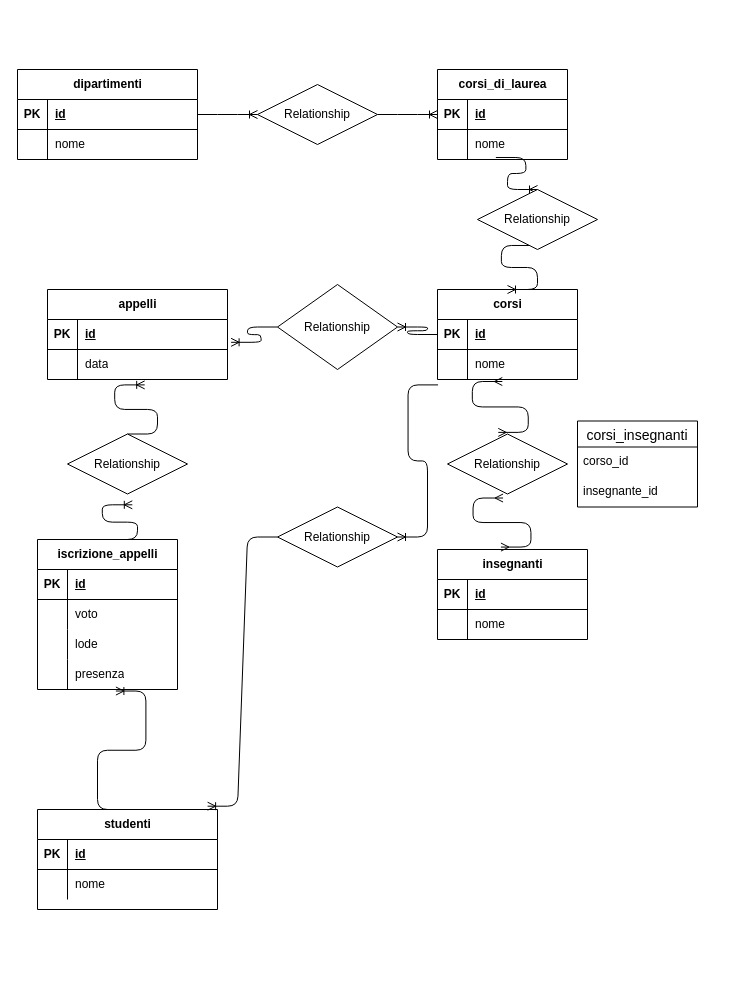
stefanobellomo/db-univerity keeps this draw.io diagram as schema.drawio. Above is the earlier version. Source tidied: cells renumbered, new cells numbered last; positions are measured from the earlier drawing's top-left corner, leaving out a move shared by most shapes. Both pictures are drawn from the tidied source at 100%, with x=0, y=0 at pixel (17, 69).
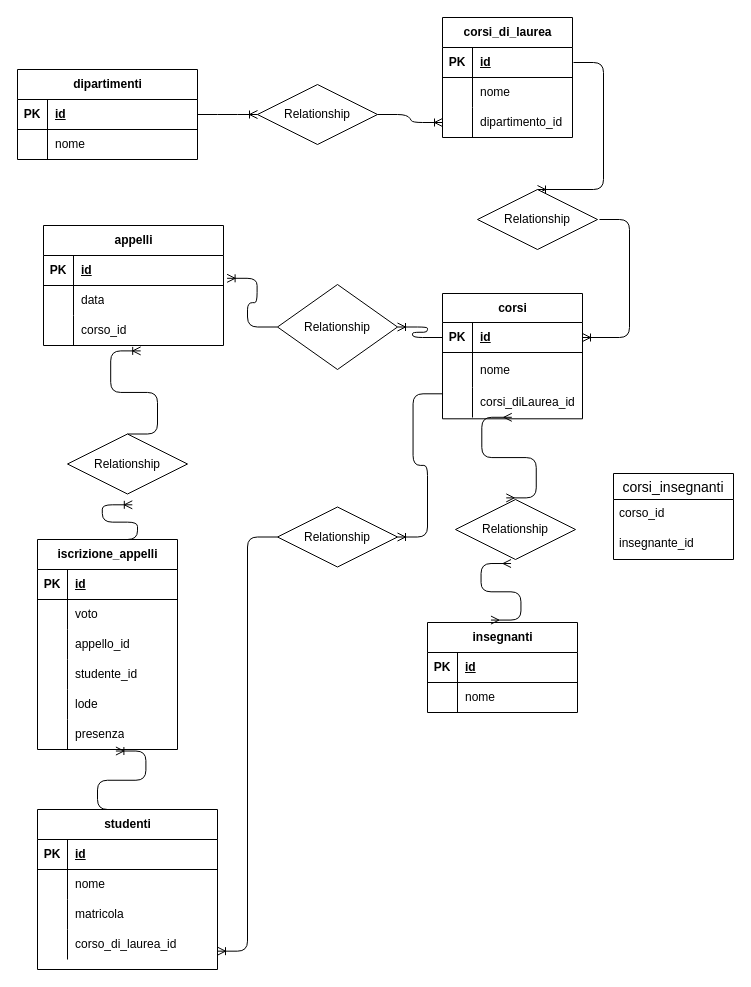
After the change.

Unchanged cells that the change refers to:
```xml
<mxCell id="10" style="shape=tableRow;horizontal=0;startSize=0;swimlaneHead=0;swimlaneBody=0;fillColor=none;points=[[0,0.5],[1,0.5]];portConstraint=eastwest;top=0;left=0;right=0;bottom=1;" parent="9" vertex="1">
  <mxGeometry y="30" width="130" height="30" as="geometry" />
</mxCell>
<mxCell id="13" style="shape=tableRow;horizontal=0;startSize=0;swimlaneHead=0;swimlaneBody=0;fillColor=none;points=[[0,0.5],[1,0.5]];portConstraint=eastwest;top=0;left=0;right=0;bottom=0;" parent="9" vertex="1">
  <mxGeometry y="60" width="130" height="30" as="geometry" />
</mxCell>
<mxCell id="53" value="Relationship" style="shape=rhombus;perimeter=rhombusPerimeter;whiteSpace=wrap;html=1;align=center;" parent="1" vertex="1">
  <mxGeometry x="240" y="15" width="120" height="60" as="geometry" />
</mxCell>
<mxCell id="56" value="Relationship" style="shape=rhombus;perimeter=rhombusPerimeter;whiteSpace=wrap;html=1;align=center;" parent="1" vertex="1">
  <mxGeometry x="460" y="120" width="120" height="60" as="geometry" />
</mxCell>
<mxCell id="79" value="Relationship" style="shape=rhombus;perimeter=rhombusPerimeter;whiteSpace=wrap;html=1;align=center;" parent="1" vertex="1">
  <mxGeometry x="260" y="437.5" width="120" height="60" as="geometry" />
</mxCell>
```

Diff of the diagram source:
```diff
@@
     <mxCell id="9" value="corsi_di_laurea" style="shape=table;startSize=30;childLayout=tableLayout;rowLines=0;fontStyle=1;align=center;html=1;" parent="1" vertex="1">
-      <mxGeometry x="420" width="130" height="90" as="geometry" />
+      <mxGeometry x="425" y="-52" width="130" height="120" as="geometry" />
     </mxCell>
@@
+    <mxCell id="80" style="shape=tableRow;horizontal=0;startSize=0;swimlaneHead=0;swimlaneBody=0;fillColor=none;points=[[0,0.5],[1,0.5]];portConstraint=eastwest;top=0;left=0;right=0;bottom=0;" parent="9" vertex="1">
+      <mxGeometry y="90" width="130" height="30" as="geometry" />
+    </mxCell>
+    <mxCell id="81" style="shape=partialRectangle;fillColor=none;top=0;left=0;bottom=0;right=0;overflow=hidden;whiteSpace=wrap;html=1;" parent="80" vertex="1">
+      <mxGeometry width="30" height="30" as="geometry" />
+    </mxCell>
+    <mxCell id="82" value="dipartimento_id" style="shape=partialRectangle;fillColor=none;top=0;left=0;bottom=0;right=0;align=left;spacingLeft=6;overflow=hidden;whiteSpace=wrap;html=1;" parent="80" vertex="1">
+      <mxGeometry x="30" width="100" height="30" as="geometry" />
+    </mxCell>
-    <mxCell id="16" value="corsi" style="shape=table;startSize=30;childLayout=tableLayout;rowLines=0;fontStyle=1;align=center;html=1;" parent="1" vertex="1">
-      <mxGeometry x="420" y="220" width="140" height="90" as="geometry" />
+    <mxCell id="16" value="corsi" style="shape=table;startSize=29;childLayout=tableLayout;rowLines=0;fontStyle=1;align=center;html=1;" parent="1" vertex="1">
+      <mxGeometry x="425" y="224" width="140" height="125.3" as="geometry" />
     </mxCell>
     <mxCell id="17" style="shape=tableRow;horizontal=0;startSize=0;swimlaneHead=0;swimlaneBody=0;fillColor=none;points=[[0,0.5],[1,0.5]];portConstraint=eastwest;top=0;left=0;right=0;bottom=1;" parent="16" vertex="1">
-      <mxGeometry y="30" width="140" height="30" as="geometry" />
+      <mxGeometry y="29" width="140" height="30" as="geometry" />
     </mxCell>
@@
     <mxCell id="20" style="shape=tableRow;horizontal=0;startSize=0;swimlaneHead=0;swimlaneBody=0;fillColor=none;points=[[0,0.5],[1,0.5]];portConstraint=eastwest;top=0;left=0;right=0;bottom=0;" parent="16" vertex="1">
-      <mxGeometry y="60" width="140" height="30" as="geometry" />
+      <mxGeometry y="59" width="140" height="35" as="geometry" />
     </mxCell>
     <mxCell id="21" style="shape=partialRectangle;fillColor=none;top=0;left=0;bottom=0;right=0;overflow=hidden;whiteSpace=wrap;html=1;" parent="20" vertex="1">
-      <mxGeometry width="30" height="30" as="geometry" />
+      <mxGeometry width="30" height="35" as="geometry" />
     </mxCell>
     <mxCell id="22" value="nome" style="shape=partialRectangle;fillColor=none;top=0;left=0;bottom=0;right=0;align=left;spacingLeft=6;overflow=hidden;whiteSpace=wrap;html=1;" parent="20" vertex="1">
-      <mxGeometry x="30" width="110" height="30" as="geometry" />
+      <mxGeometry x="30" width="110" height="35" as="geometry" />
     </mxCell>
+    <mxCell id="83" style="shape=tableRow;horizontal=0;startSize=0;swimlaneHead=0;swimlaneBody=0;fillColor=none;points=[[0,0.5],[1,0.5]];portConstraint=eastwest;top=0;left=0;right=0;bottom=0;" parent="16" vertex="1">
+      <mxGeometry y="94" width="140" height="30" as="geometry" />
+    </mxCell>
+    <mxCell id="84" style="shape=partialRectangle;fillColor=none;top=0;left=0;bottom=0;right=0;overflow=hidden;whiteSpace=wrap;html=1;" parent="83" vertex="1">
+      <mxGeometry width="30" height="30" as="geometry" />
+    </mxCell>
+    <mxCell id="85" value="corsi_diLaurea_id" style="shape=partialRectangle;fillColor=none;top=0;left=0;bottom=0;right=0;align=left;spacingLeft=6;overflow=hidden;whiteSpace=wrap;html=1;" parent="83" vertex="1">
+      <mxGeometry x="30" width="110" height="30" as="geometry" />
+    </mxCell>
     <mxCell id="23" value="insegnanti" style="shape=table;startSize=30;childLayout=tableLayout;rowLines=0;fontStyle=1;align=center;html=1;" parent="1" vertex="1">
-      <mxGeometry x="420" y="480" width="150" height="90" as="geometry" />
+      <mxGeometry x="410" y="553" width="150" height="90" as="geometry" />
     </mxCell>
@@
-    <mxCell id="31" style="edgeStyle=entityRelationEdgeStyle;fontSize=12;html=1;endArrow=ERmany;startArrow=ERmany;entryX=0.423;entryY=-0.027;entryDx=0;entryDy=0;entryPerimeter=0;exitX=0.463;exitY=1.067;exitDx=0;exitDy=0;exitPerimeter=0;" parent="1" edge="1" source="20" target="32">
+    <mxCell id="31" style="edgeStyle=entityRelationEdgeStyle;fontSize=12;html=1;endArrow=ERmany;startArrow=ERmany;entryX=0.423;entryY=-0.027;entryDx=0;entryDy=0;entryPerimeter=0;exitX=0.495;exitY=0.993;exitDx=0;exitDy=0;exitPerimeter=0;" parent="1" edge="1" source="83" target="32">
       <mxGeometry relative="1" as="geometry" />
     </mxCell>
     <mxCell id="32" value="Relationship" style="shape=rhombus;perimeter=rhombusPerimeter;whiteSpace=wrap;html=1;align=center;" parent="1" vertex="1">
-      <mxGeometry x="430" y="364.5" width="120" height="60" as="geometry" />
+      <mxGeometry x="438" y="430" width="120" height="60" as="geometry" />
     </mxCell>
     <mxCell id="33" value="corsi_insegnanti" style="swimlane;fontStyle=0;horizontal=1;startSize=26;align=center;fontSize=14;" parent="1" vertex="1">
-      <mxGeometry x="560" y="351.5" width="120" height="86" as="geometry" />
+      <mxGeometry x="596" y="404" width="120" height="86" as="geometry" />
     </mxCell>
@@
     <mxCell id="36" value="studenti" style="shape=table;startSize=30;childLayout=tableLayout;rowLines=0;fontStyle=1;align=center;html=1;" parent="1" vertex="1">
-      <mxGeometry x="20" y="740" width="180" height="100" as="geometry" />
+      <mxGeometry x="20" y="740" width="180" height="160" as="geometry" />
     </mxCell>
@@
+    <mxCell id="86" style="shape=tableRow;horizontal=0;startSize=0;swimlaneHead=0;swimlaneBody=0;fillColor=none;top=0;left=0;right=0;bottom=0;" parent="36" vertex="1">
+      <mxGeometry y="90" width="180" height="30" as="geometry" />
+    </mxCell>
+    <mxCell id="87" style="shape=partialRectangle;fillColor=none;top=0;left=0;bottom=0;right=0;overflow=hidden;whiteSpace=wrap;html=1;" parent="86" vertex="1">
+      <mxGeometry width="30" height="30" as="geometry" />
+    </mxCell>
+    <mxCell id="88" value="matricola" style="shape=partialRectangle;fillColor=none;top=0;left=0;bottom=0;right=0;align=left;spacingLeft=6;overflow=hidden;whiteSpace=wrap;html=1;" parent="86" vertex="1">
+      <mxGeometry x="30" width="150" height="30" as="geometry" />
+    </mxCell>
+    <mxCell id="89" style="shape=tableRow;horizontal=0;startSize=0;swimlaneHead=0;swimlaneBody=0;fillColor=none;points=[[0,0.5],[1,0.5]];portConstraint=eastwest;top=0;left=0;right=0;bottom=0;" parent="36" vertex="1">
+      <mxGeometry y="120" width="180" height="30" as="geometry" />
+    </mxCell>
+    <mxCell id="90" style="shape=partialRectangle;fillColor=none;top=0;left=0;bottom=0;right=0;overflow=hidden;whiteSpace=wrap;html=1;" parent="89" vertex="1">
+      <mxGeometry width="30" height="30" as="geometry" />
+    </mxCell>
+    <mxCell id="91" value="corso_di_laurea_id" style="shape=partialRectangle;fillColor=none;top=0;left=0;bottom=0;right=0;align=left;spacingLeft=6;overflow=hidden;whiteSpace=wrap;html=1;" parent="89" vertex="1">
+      <mxGeometry x="30" width="150" height="30" as="geometry" />
+    </mxCell>
     <mxCell id="43" value="appelli" style="shape=table;startSize=30;childLayout=tableLayout;rowLines=0;fontStyle=1;align=center;html=1;" parent="1" vertex="1">
-      <mxGeometry x="30" y="220" width="180" height="90" as="geometry" />
+      <mxGeometry x="26" y="156" width="180" height="120" as="geometry" />
     </mxCell>
@@
+    <mxCell id="92" style="shape=tableRow;horizontal=0;startSize=0;swimlaneHead=0;swimlaneBody=0;fillColor=none;top=0;left=0;right=0;bottom=0;" parent="43" vertex="1">
+      <mxGeometry y="60" width="180" height="30" as="geometry" />
+    </mxCell>
+    <mxCell id="93" style="shape=partialRectangle;fillColor=none;top=0;left=0;bottom=0;right=0;overflow=hidden;whiteSpace=wrap;html=1;" parent="92" vertex="1">
+      <mxGeometry width="30" height="30" as="geometry" />
+    </mxCell>
+    <mxCell id="94" value="data" style="shape=partialRectangle;fillColor=none;top=0;left=0;bottom=0;right=0;align=left;spacingLeft=6;overflow=hidden;whiteSpace=wrap;html=1;" parent="92" vertex="1">
+      <mxGeometry x="30" width="150" height="30" as="geometry" />
+    </mxCell>
     <mxCell id="47" style="shape=tableRow;horizontal=0;startSize=0;swimlaneHead=0;swimlaneBody=0;fillColor=none;points=[[0,0.5],[1,0.5]];portConstraint=eastwest;top=0;left=0;right=0;bottom=0;" parent="43" vertex="1">
-      <mxGeometry y="60" width="180" height="30" as="geometry" />
+      <mxGeometry y="90" width="180" height="30" as="geometry" />
     </mxCell>
@@
-    <mxCell id="49" value="data" style="shape=partialRectangle;fillColor=none;top=0;left=0;bottom=0;right=0;align=left;spacingLeft=6;overflow=hidden;whiteSpace=wrap;html=1;" parent="47" vertex="1">
+    <mxCell id="49" value="corso_id" style="shape=partialRectangle;fillColor=none;top=0;left=0;bottom=0;right=0;align=left;spacingLeft=6;overflow=hidden;whiteSpace=wrap;html=1;" parent="47" vertex="1">
       <mxGeometry x="30" width="150" height="30" as="geometry" />
     </mxCell>
@@
-    <mxCell id="51" style="edgeStyle=entityRelationEdgeStyle;fontSize=12;html=1;endArrow=ERoneToMany;exitX=1;exitY=0.5;exitDx=0;exitDy=0;entryX=0;entryY=0.5;entryDx=0;entryDy=0;" parent="1" edge="1" source="53" target="10">
-      <mxGeometry relative="1" as="geometry" />
+    <mxCell id="51" style="edgeStyle=entityRelationEdgeStyle;fontSize=12;html=1;endArrow=ERoneToMany;exitX=1;exitY=0.5;exitDx=0;exitDy=0;entryX=0;entryY=0.5;entryDx=0;entryDy=0;" parent="1" edge="1" source="53" target="80">
+      <mxGeometry relative="1" as="geometry">
+        <Array as="points">
+          <mxPoint x="417" y="51" />
+        </Array>
+      </mxGeometry>
     </mxCell>
@@
-    <mxCell id="54" style="edgeStyle=entityRelationEdgeStyle;fontSize=12;html=1;endArrow=ERoneToMany;entryX=0.5;entryY=0;entryDx=0;entryDy=0;exitX=0.449;exitY=0.933;exitDx=0;exitDy=0;exitPerimeter=0;" parent="1" edge="1" source="56" target="16">
-      <mxGeometry relative="1" as="geometry" />
+    <mxCell id="54" style="edgeStyle=entityRelationEdgeStyle;fontSize=12;html=1;endArrow=ERoneToMany;entryX=1;entryY=0.5;entryDx=0;entryDy=0;" parent="1" edge="1" target="17">
+      <mxGeometry relative="1" as="geometry">
+        <mxPoint x="582" y="150" as="sourcePoint" />
+        <Array as="points">
+          <mxPoint x="594" y="222" />
+          <mxPoint x="582" y="196" />
+          <mxPoint x="602" y="216" />
+        </Array>
+      </mxGeometry>
     </mxCell>
-    <mxCell id="55" style="edgeStyle=entityRelationEdgeStyle;fontSize=12;html=1;endArrow=ERoneToMany;entryX=0.5;entryY=0;entryDx=0;entryDy=0;exitX=0.449;exitY=0.933;exitDx=0;exitDy=0;exitPerimeter=0;" parent="1" edge="1" source="13" target="56">
-      <mxGeometry relative="1" as="geometry" />
+    <mxCell id="55" style="edgeStyle=entityRelationEdgeStyle;fontSize=12;html=1;endArrow=ERoneToMany;entryX=0.5;entryY=0;entryDx=0;entryDy=0;" parent="1" edge="1" target="56">
+      <mxGeometry relative="1" as="geometry">
+        <mxPoint x="556" y="-7" as="sourcePoint" />
+      </mxGeometry>
     </mxCell>
@@
     <mxCell id="64" value="iscrizione_appelli" style="shape=table;startSize=30;childLayout=tableLayout;rowLines=0;fontStyle=1;align=center;html=1;" parent="1" vertex="1">
-      <mxGeometry x="20" y="470" width="140" height="150" as="geometry" />
+      <mxGeometry x="20" y="470" width="140" height="210" as="geometry" />
     </mxCell>
@@
+    <mxCell id="95" style="shape=tableRow;horizontal=0;startSize=0;swimlaneHead=0;swimlaneBody=0;fillColor=none;top=0;left=0;right=0;bottom=0;" parent="64" vertex="1">
+      <mxGeometry y="90" width="140" height="30" as="geometry" />
+    </mxCell>
+    <mxCell id="96" style="shape=partialRectangle;fillColor=none;top=0;left=0;bottom=0;right=0;overflow=hidden;whiteSpace=wrap;html=1;" parent="95" vertex="1">
+      <mxGeometry width="30" height="30" as="geometry" />
+    </mxCell>
+    <mxCell id="97" value="appello_id" style="shape=partialRectangle;fillColor=none;top=0;left=0;bottom=0;right=0;align=left;spacingLeft=6;overflow=hidden;whiteSpace=wrap;html=1;" parent="95" vertex="1">
+      <mxGeometry x="30" width="110" height="30" as="geometry" />
+    </mxCell>
+    <mxCell id="98" style="shape=tableRow;horizontal=0;startSize=0;swimlaneHead=0;swimlaneBody=0;fillColor=none;top=0;left=0;right=0;bottom=0;" parent="64" vertex="1">
+      <mxGeometry y="120" width="140" height="30" as="geometry" />
+    </mxCell>
+    <mxCell id="99" style="shape=partialRectangle;fillColor=none;top=0;left=0;bottom=0;right=0;overflow=hidden;whiteSpace=wrap;html=1;" parent="98" vertex="1">
+      <mxGeometry width="30" height="30" as="geometry" />
+    </mxCell>
+    <mxCell id="100" value="studente_id" style="shape=partialRectangle;fillColor=none;top=0;left=0;bottom=0;right=0;align=left;spacingLeft=6;overflow=hidden;whiteSpace=wrap;html=1;" parent="98" vertex="1">
+      <mxGeometry x="30" width="110" height="30" as="geometry" />
+    </mxCell>
     <mxCell id="71" style="shape=tableRow;horizontal=0;startSize=0;swimlaneHead=0;swimlaneBody=0;fillColor=none;top=0;left=0;right=0;bottom=0;" parent="64" vertex="1">
-      <mxGeometry y="90" width="140" height="30" as="geometry" />
+      <mxGeometry y="150" width="140" height="30" as="geometry" />
     </mxCell>
@@
     <mxCell id="74" style="shape=tableRow;horizontal=0;startSize=0;swimlaneHead=0;swimlaneBody=0;fillColor=none;points=[[0,0.5],[1,0.5]];portConstraint=eastwest;top=0;left=0;right=0;bottom=0;" parent="64" vertex="1">
-      <mxGeometry y="120" width="140" height="30" as="geometry" />
+      <mxGeometry y="180" width="140" height="30" as="geometry" />
     </mxCell>
@@
-    <mxCell id="77" style="edgeStyle=entityRelationEdgeStyle;fontSize=12;html=1;endArrow=ERoneToMany;exitX=0;exitY=0.5;exitDx=0;exitDy=0;entryX=0.945;entryY=-0.033;entryDx=0;entryDy=0;entryPerimeter=0;" parent="1" edge="1" source="79" target="36">
+    <mxCell id="77" style="edgeStyle=entityRelationEdgeStyle;fontSize=12;html=1;endArrow=ERoneToMany;exitX=0;exitY=0.5;exitDx=0;exitDy=0;entryX=1;entryY=0.722;entryDx=0;entryDy=0;entryPerimeter=0;" parent="1" edge="1" source="79" target="89">
       <mxGeometry relative="1" as="geometry" />
     </mxCell>
```
